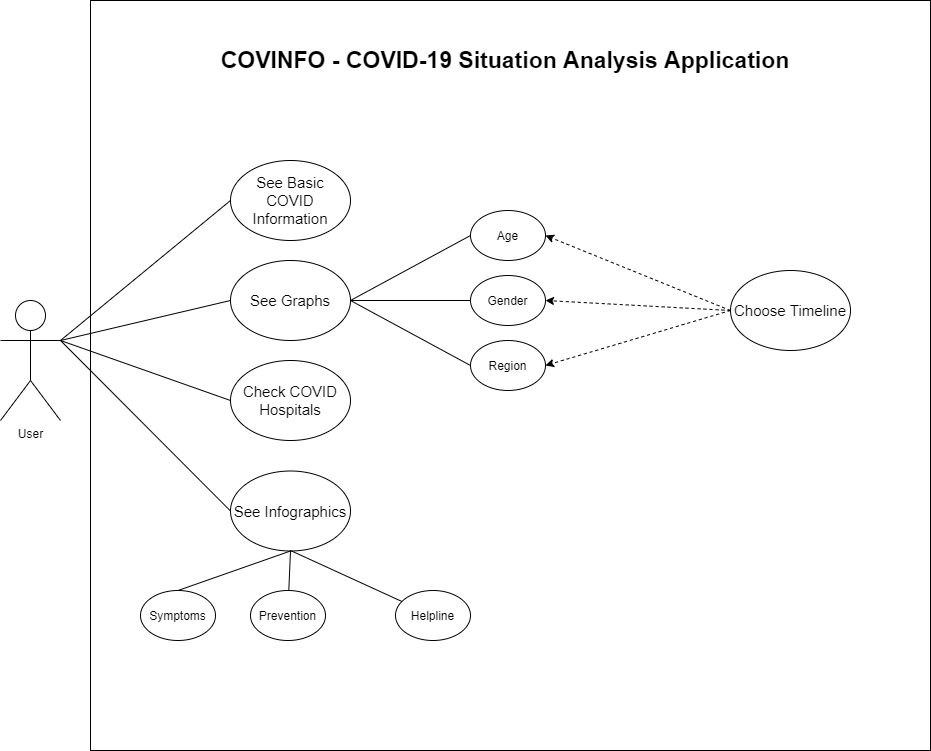
This is DevDocuments/UseCase Diagram.png from s-a-j-a-g/COVID-19-Situation-Analysis-Application, a draw.io export, as it was before one commit. Source tidied: cells renumbered, new cells last; positions are measured from the earlier drawing's top-left corner, leaving out a move shared by most shapes.
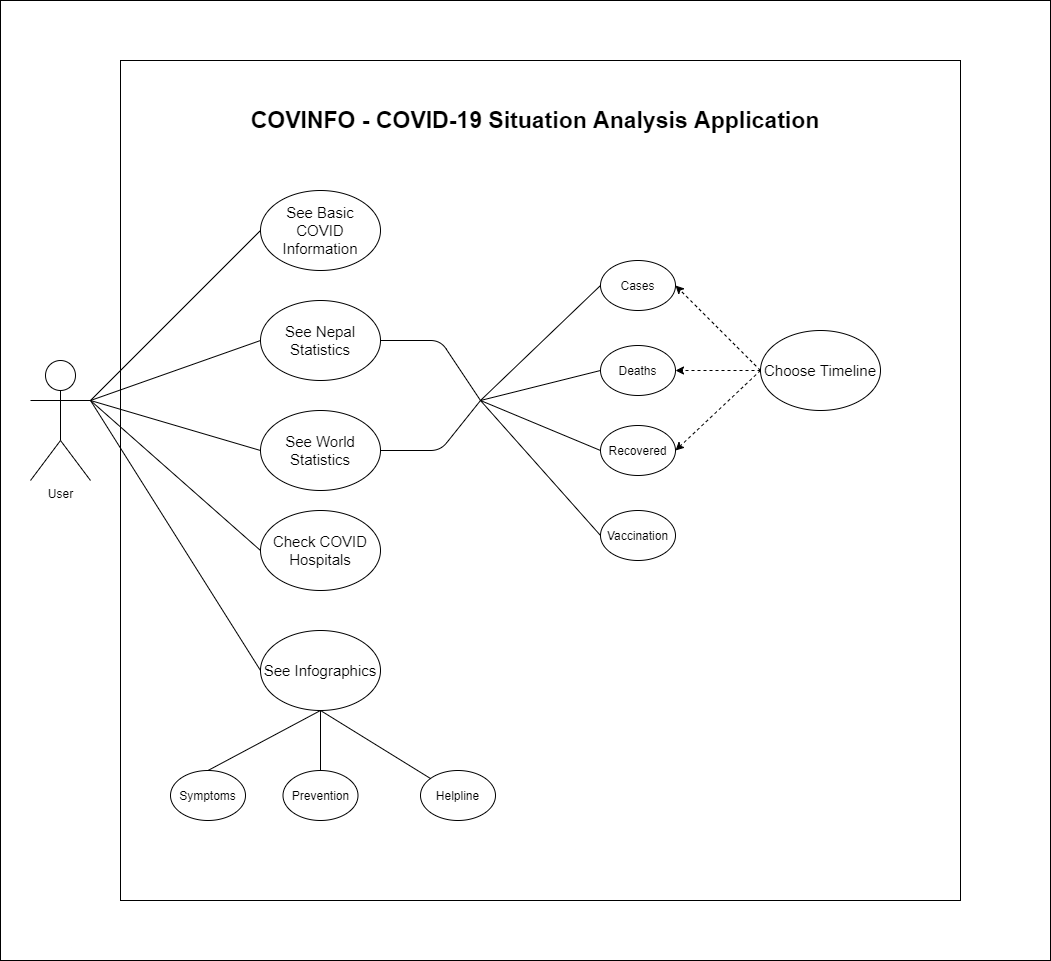
Later version of the same file.

What changed in the source:
```diff
@@ -2,26 +2,29 @@
   <root>
     <mxCell id="0" />
     <mxCell id="1" parent="0" />
+    <mxCell id="29" style="rounded=0;whiteSpace=wrap;html=1;" parent="1" vertex="1">
+      <mxGeometry x="-30" y="-60" width="1050" height="960" as="geometry" />
+    </mxCell>
     <mxCell id="2" value="User" style="shape=umlActor;verticalLabelPosition=bottom;verticalAlign=top;html=1;" parent="1" vertex="1">
       <mxGeometry y="300" width="60" height="120" as="geometry" />
     </mxCell>
     <mxCell id="3" style="rounded=0;whiteSpace=wrap;html=1;" parent="1" vertex="1">
-      <mxGeometry x="90" width="840" height="750" as="geometry" />
+      <mxGeometry x="90" width="840" height="840" as="geometry" />
     </mxCell>
     <mxCell id="4" value="&lt;font style=&quot;font-size: 23px&quot;&gt;COVINFO - COVID-19 Situation Analysis Application&lt;/font&gt;" style="text;html=1;strokeColor=none;fillColor=none;align=center;verticalAlign=middle;whiteSpace=wrap;rounded=0;fontStyle=1;fontSize=15;" parent="1" vertex="1">
       <mxGeometry x="150" y="20" width="710" height="80" as="geometry" />
     </mxCell>
     <mxCell id="5" value="See Basic COVID Information" style="ellipse;whiteSpace=wrap;html=1;fontSize=15;" parent="1" vertex="1">
-      <mxGeometry x="230" y="160" width="120" height="80" as="geometry" />
+      <mxGeometry x="230" y="130" width="120" height="80" as="geometry" />
     </mxCell>
-    <mxCell id="6" value="See Graphs" style="ellipse;whiteSpace=wrap;html=1;fontSize=15;" parent="1" vertex="1">
-      <mxGeometry x="230" y="260" width="120" height="80" as="geometry" />
+    <mxCell id="6" value="See Nepal Statistics" style="ellipse;whiteSpace=wrap;html=1;fontSize=15;" parent="1" vertex="1">
+      <mxGeometry x="230" y="240" width="120" height="80" as="geometry" />
     </mxCell>
     <mxCell id="7" value="Check COVID Hospitals" style="ellipse;whiteSpace=wrap;html=1;fontSize=15;" parent="1" vertex="1">
-      <mxGeometry x="230" y="360" width="120" height="80" as="geometry" />
+      <mxGeometry x="230" y="450" width="120" height="80" as="geometry" />
     </mxCell>
     <mxCell id="8" value="See Infographics" style="ellipse;whiteSpace=wrap;html=1;fontSize=15;" parent="1" vertex="1">
-      <mxGeometry x="230" y="470.5" width="120" height="80" as="geometry" />
+      <mxGeometry x="230" y="570" width="120" height="80" as="geometry" />
     </mxCell>
     <mxCell id="9" style="endArrow=none;html=1;fontSize=15;entryX=0;entryY=0.5;entryDx=0;entryDy=0;" parent="1" edge="1" target="5">
       <mxGeometry relative="1" as="geometry">
@@ -50,13 +53,13 @@
       <mxGeometry relative="1" as="geometry" />
     </mxCell>
     <mxCell id="15" value="Symptoms" style="ellipse;whiteSpace=wrap;html=1;" parent="1" vertex="1">
-      <mxGeometry x="140" y="590" width="75" height="50" as="geometry" />
+      <mxGeometry x="140" y="710" width="75" height="50" as="geometry" />
     </mxCell>
     <mxCell id="16" value="Prevention" style="ellipse;whiteSpace=wrap;html=1;" parent="1" vertex="1">
-      <mxGeometry x="250" y="590" width="75" height="50" as="geometry" />
+      <mxGeometry x="252.5" y="710" width="75" height="50" as="geometry" />
     </mxCell>
     <mxCell id="17" value="Helpline" style="ellipse;whiteSpace=wrap;html=1;" parent="1" vertex="1">
-      <mxGeometry x="395" y="590" width="75" height="50" as="geometry" />
+      <mxGeometry x="390" y="710" width="75" height="50" as="geometry" />
     </mxCell>
     <mxCell id="18" style="endArrow=none;html=1;entryX=0.5;entryY=1;entryDx=0;entryDy=0;exitX=0.5;exitY=0;exitDx=0;exitDy=0;" parent="1" edge="1" source="15" target="8">
       <mxGeometry relative="1" as="geometry" />
@@ -64,31 +67,31 @@
     <mxCell id="19" style="endArrow=none;html=1;entryX=0.5;entryY=1;entryDx=0;entryDy=0;" parent="1" edge="1" source="16" target="8">
       <mxGeometry relative="1" as="geometry" />
     </mxCell>
-    <mxCell id="20" style="endArrow=none;html=1;" parent="1" edge="1" target="17">
-      <mxGeometry relative="1" as="geometry">
-        <mxPoint x="290" y="550" as="sourcePoint" />
-      </mxGeometry>
+    <mxCell id="20" style="endArrow=none;html=1;exitX=0.5;exitY=1;exitDx=0;exitDy=0;" parent="1" edge="1" source="8" target="17">
+      <mxGeometry relative="1" as="geometry" />
     </mxCell>
-    <mxCell id="21" value="Age" style="ellipse;whiteSpace=wrap;html=1;" parent="1" vertex="1">
-      <mxGeometry x="470" y="210" width="75" height="50" as="geometry" />
+    <mxCell id="21" value="Cases" style="ellipse;whiteSpace=wrap;html=1;" parent="1" vertex="1">
+      <mxGeometry x="570" y="200" width="75" height="50" as="geometry" />
     </mxCell>
-    <mxCell id="22" value="Gender" style="ellipse;whiteSpace=wrap;html=1;" parent="1" vertex="1">
-      <mxGeometry x="470" y="275" width="75" height="50" as="geometry" />
+    <mxCell id="22" value="Deaths" style="ellipse;whiteSpace=wrap;html=1;" parent="1" vertex="1">
+      <mxGeometry x="570" y="285" width="75" height="50" as="geometry" />
     </mxCell>
-    <mxCell id="23" value="Region" style="ellipse;whiteSpace=wrap;html=1;" parent="1" vertex="1">
-      <mxGeometry x="470" y="340" width="75" height="50" as="geometry" />
+    <mxCell id="23" value="Recovered" style="ellipse;whiteSpace=wrap;html=1;" parent="1" vertex="1">
+      <mxGeometry x="570" y="365" width="75" height="50" as="geometry" />
     </mxCell>
-    <mxCell id="24" style="endArrow=none;html=1;entryX=1;entryY=0.5;entryDx=0;entryDy=0;exitX=0;exitY=0.5;exitDx=0;exitDy=0;" parent="1" edge="1" source="21" target="6">
-      <mxGeometry relative="1" as="geometry" />
+    <mxCell id="24" style="endArrow=none;html=1;exitX=0;exitY=0.5;exitDx=0;exitDy=0;" parent="1" edge="1" source="21">
+      <mxGeometry relative="1" as="geometry">
+        <mxPoint x="450" y="340" as="targetPoint" />
+      </mxGeometry>
     </mxCell>
     <mxCell id="25" style="endArrow=none;html=1;exitX=0;exitY=0.5;exitDx=0;exitDy=0;" parent="1" edge="1" source="22">
       <mxGeometry relative="1" as="geometry">
-        <mxPoint x="350" y="300" as="targetPoint" />
+        <mxPoint x="450" y="340" as="targetPoint" />
       </mxGeometry>
     </mxCell>
     <mxCell id="26" style="endArrow=none;html=1;entryX=0;entryY=0.5;entryDx=0;entryDy=0;" parent="1" edge="1" target="23">
       <mxGeometry relative="1" as="geometry">
-        <mxPoint x="350" y="300" as="sourcePoint" />
+        <mxPoint x="450" y="340" as="sourcePoint" />
       </mxGeometry>
     </mxCell>
     <mxCell id="27" style="endArrow=classic;html=1;exitX=0;exitY=0.5;exitDx=0;exitDy=0;entryX=1;entryY=0.5;entryDx=0;entryDy=0;dashed=1;" parent="1" edge="1" source="13" target="22">
@@ -97,5 +100,37 @@
     <mxCell id="28" style="endArrow=classic;html=1;entryX=1;entryY=0.5;entryDx=0;entryDy=0;exitX=0;exitY=0.5;exitDx=0;exitDy=0;dashed=1;" parent="1" edge="1" source="13" target="23">
       <mxGeometry relative="1" as="geometry" />
     </mxCell>
+    <mxCell id="30" value="See World Statistics" style="ellipse;whiteSpace=wrap;html=1;fontSize=15;" parent="1" vertex="1">
+      <mxGeometry x="230" y="350" width="120" height="80" as="geometry" />
+    </mxCell>
+    <mxCell id="31" style="endArrow=none;html=1;fontSize=15;exitX=0;exitY=0.5;exitDx=0;exitDy=0;" parent="1" edge="1" source="30">
+      <mxGeometry relative="1" as="geometry">
+        <mxPoint x="60" y="340" as="targetPoint" />
+      </mxGeometry>
+    </mxCell>
+    <mxCell id="32" value="Vaccination" style="ellipse;whiteSpace=wrap;html=1;" parent="1" vertex="1">
+      <mxGeometry x="570" y="450" width="75" height="50" as="geometry" />
+    </mxCell>
+    <mxCell id="33" style="endArrow=none;html=1;fontSize=15;entryX=0;entryY=0.5;entryDx=0;entryDy=0;" parent="1" edge="1" target="32">
+      <mxGeometry relative="1" as="geometry">
+        <mxPoint x="450" y="340" as="sourcePoint" />
+      </mxGeometry>
+    </mxCell>
+    <mxCell id="34" style="endArrow=none;html=1;fontSize=15;entryX=1;entryY=0.5;entryDx=0;entryDy=0;" parent="1" edge="1" target="6">
+      <mxGeometry relative="1" as="geometry">
+        <mxPoint x="450" y="340" as="sourcePoint" />
+        <Array as="points">
+          <mxPoint x="410" y="280" />
+        </Array>
+      </mxGeometry>
+    </mxCell>
+    <mxCell id="35" style="endArrow=none;html=1;fontSize=15;exitX=1;exitY=0.5;exitDx=0;exitDy=0;" parent="1" edge="1" source="30">
+      <mxGeometry relative="1" as="geometry">
+        <mxPoint x="450" y="340" as="targetPoint" />
+        <Array as="points">
+          <mxPoint x="410" y="390" />
+        </Array>
+      </mxGeometry>
+    </mxCell>
   </root>
 </mxGraphModel>
```
